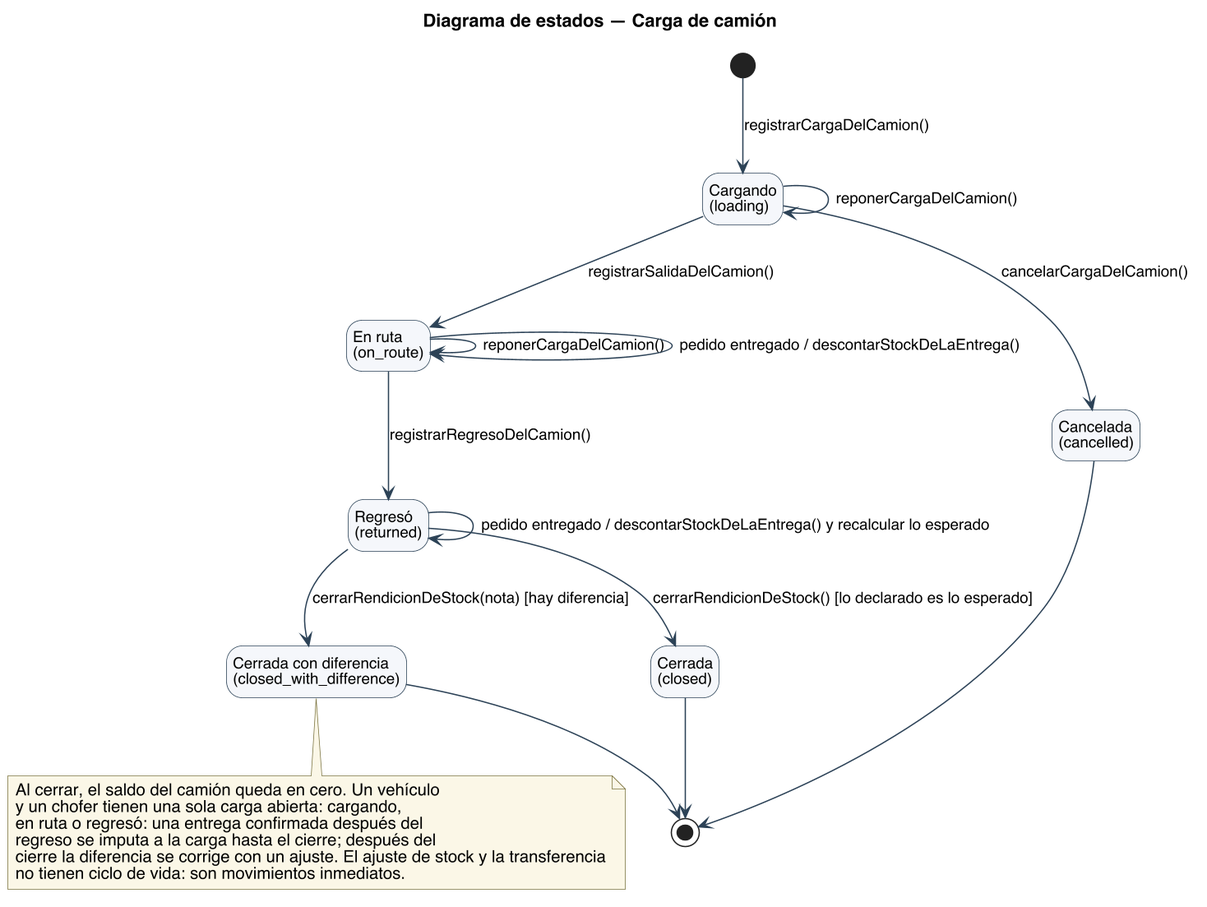
This is diagramas/uml/UML_Estados_CargaDeCamion.png from Nahuelito-Dev/splg-docs, a PlantUML export, as it was before one commit. Source of this version:
```plantuml
@startuml
title Diagrama de estados — Carga de camión
skinparam backgroundColor #FFFFFF
skinparam shadowing false
skinparam defaultFontName Helvetica
skinparam defaultFontSize 13
skinparam dpi 150
skinparam ArrowColor #2C4257
skinparam state {
  BorderColor #2C4257
  BackgroundColor #F4F7FA
  StartColor #2C4257
  EndColor #2C4257
  AttributeFontSize 12
}
skinparam ArrowFontSize 12
skinparam NoteBackgroundColor #FBF7E6
skinparam NoteBorderColor #7A7340
hide empty description
state "Cargando\n(loading)" as loading
state "En ruta\n(on_route)" as route
state "Regresó\n(returned)" as returned
state "Cerrada\n(closed)" as closed
state "Cerrada con diferencia\n(closed_with_difference)" as diff
state "Cancelada\n(cancelled)" as cancelled

[*] --> loading : registrarCargaDelCamion()
loading --> loading : reponerCargaDelCamion()
loading --> cancelled : cancelarCargaDelCamion()
loading --> route : registrarSalidaDelCamion()
route --> route : reponerCargaDelCamion()
route --> route : pedido entregado / descontarStockDeLaEntrega()
returned --> returned : pedido entregado / descontarStockDeLaEntrega() y recalcular lo esperado
route --> returned : registrarRegresoDelCamion()
returned --> closed : cerrarRendicionDeStock() [lo declarado es lo esperado]
returned --> diff : cerrarRendicionDeStock(nota) [hay diferencia]
closed --> [*]
diff --> [*]
cancelled --> [*]

note bottom of diff
  Al cerrar, el saldo del camión queda en cero. Un vehículo
  y un chofer tienen una sola carga abierta: cargando,
  en ruta o regresó: una entrega confirmada después del
  regreso se imputa a la carga hasta el cierre; después del
  cierre la diferencia se corrige con un ajuste. El ajuste de stock y la transferencia
  no tienen ciclo de vida: son movimientos inmediatos.
end note
@enduml
```
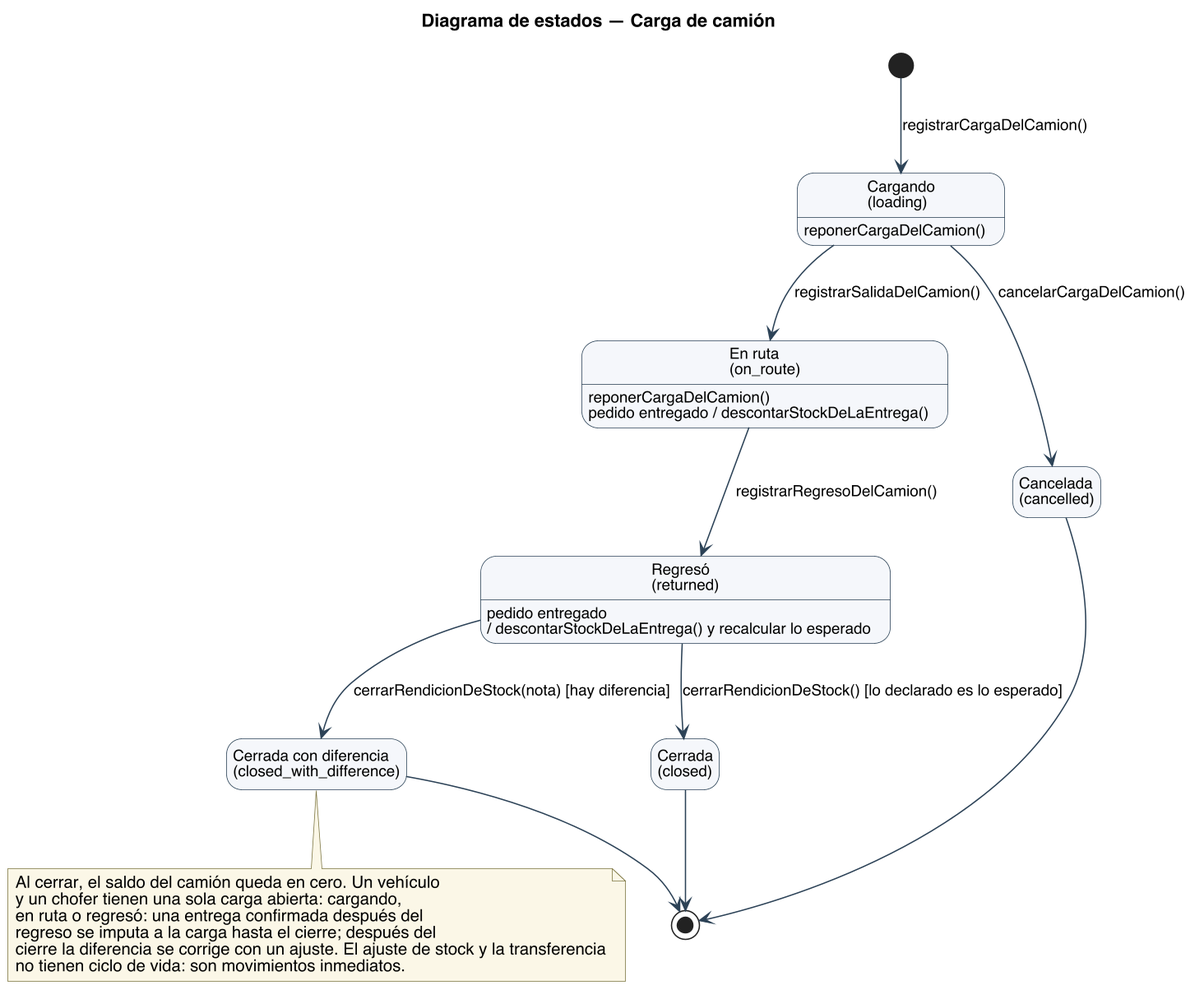
Above is the later version.

What changed in the source:
```diff
@@ -25,12 +25,12 @@
 state "Cancelada\n(cancelled)" as cancelled
 
 [*] --> loading : registrarCargaDelCamion()
-loading --> loading : reponerCargaDelCamion()
+loading : reponerCargaDelCamion()
 loading --> cancelled : cancelarCargaDelCamion()
 loading --> route : registrarSalidaDelCamion()
-route --> route : reponerCargaDelCamion()
-route --> route : pedido entregado / descontarStockDeLaEntrega()
-returned --> returned : pedido entregado / descontarStockDeLaEntrega() y recalcular lo esperado
+route : reponerCargaDelCamion()
+route : pedido entregado / descontarStockDeLaEntrega()
+returned : pedido entregado\n/ descontarStockDeLaEntrega() y recalcular lo esperado
 route --> returned : registrarRegresoDelCamion()
 returned --> closed : cerrarRendicionDeStock() [lo declarado es lo esperado]
 returned --> diff : cerrarRendicionDeStock(nota) [hay diferencia]
```
